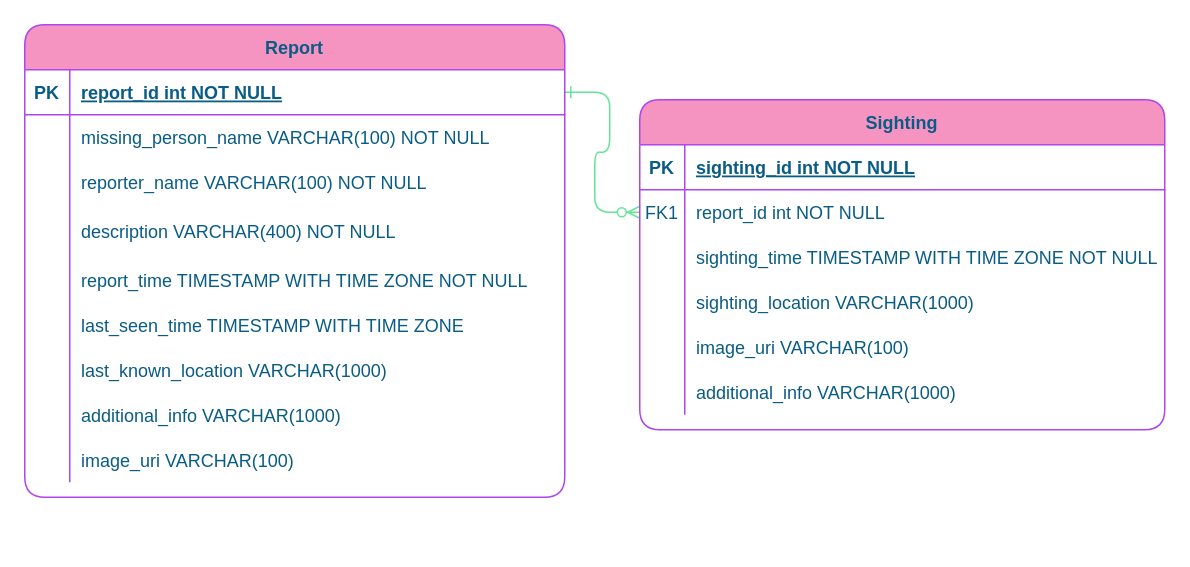
The draw.io diagram src/main/resources/db/designs/db-design.drawio in RyanCallahan312/missing-persons, before the edit. Source tidied: cells renumbered, new cells numbered last; positions are measured from the earlier drawing's top-left corner, leaving out a move shared by most shapes. Both pictures are drawn from the tidied source at 150%, with x=0, y=0 at pixel (24, 24).
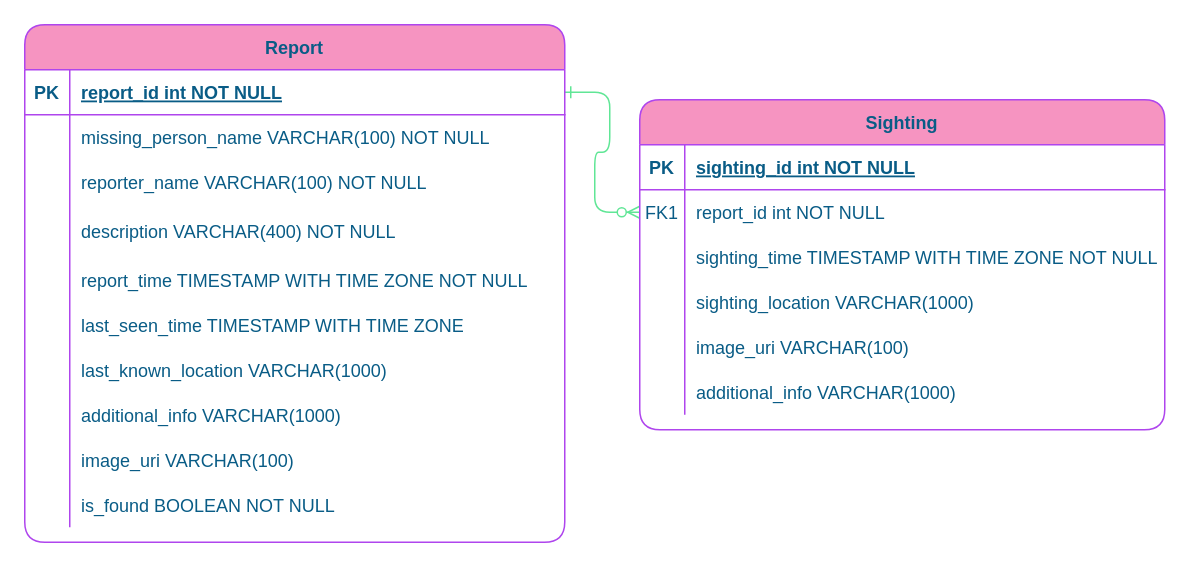
Above is the later version.

Commit message (it also covers changes not shown here):
update db to have found, implement the rest of reports functionality

Diff of the diagram source:
```diff
@@
     <mxCell id="22" value="Report" style="shape=table;startSize=30;childLayout=tableLayout;rowLines=0;fontStyle=1;align=center;rounded=1;fillColor=#F694C1;strokeColor=#AF45ED;fontColor=#095C86;" parent="1" vertex="1">
-      <mxGeometry width="360" height="315" as="geometry" />
+      <mxGeometry width="360" height="345" as="geometry" />
     </mxCell>
@@
+    <mxCell id="50" style="shape=partialRectangle;fillColor=none;top=0;left=0;bottom=0;right=0;strokeColor=#AF45ED;fontColor=#095C86;" parent="22" vertex="1">
+      <mxGeometry y="305" width="360" height="30" as="geometry" />
+    </mxCell>
+    <mxCell id="51" style="shape=partialRectangle;fillColor=none;top=0;left=0;bottom=0;right=0;fontStyle=0;overflow=hidden;strokeColor=#AF45ED;fontColor=#095C86;" parent="50" vertex="1">
+      <mxGeometry width="30" height="30" as="geometry" />
+    </mxCell>
+    <mxCell id="52" value="is_found BOOLEAN NOT NULL" style="shape=partialRectangle;fillColor=none;top=0;left=0;bottom=0;right=0;align=left;spacingLeft=6;fontStyle=0;overflow=hidden;strokeColor=#AF45ED;fontColor=#095C86;" parent="50" vertex="1">
+      <mxGeometry x="30" width="330" height="30" as="geometry" />
+    </mxCell>
```
